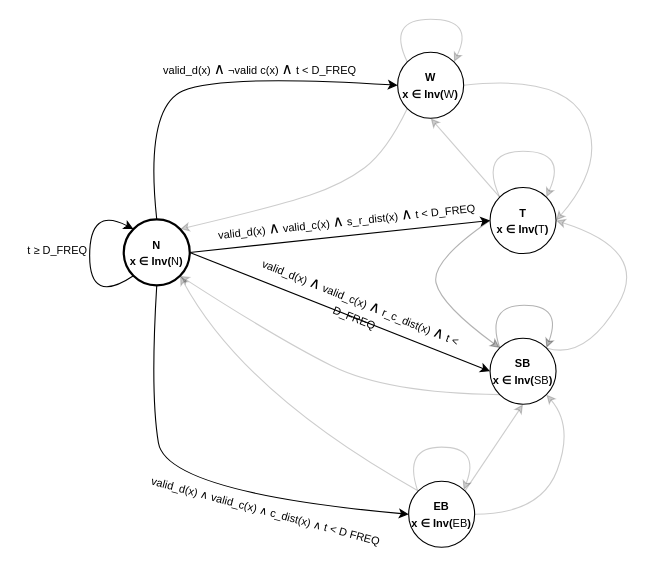
LBacchiani/formal-pedestrian-protection keeps this draw.io diagram as automaton.drawio. Above is the earlier version. Source tidied: cells renumbered, new cells numbered last; positions are measured from the earlier drawing's top-left corner, leaving out a move shared by most shapes. Both pictures are drawn from the tidied source at 110%, with x=0, y=0 at pixel (19, 19).
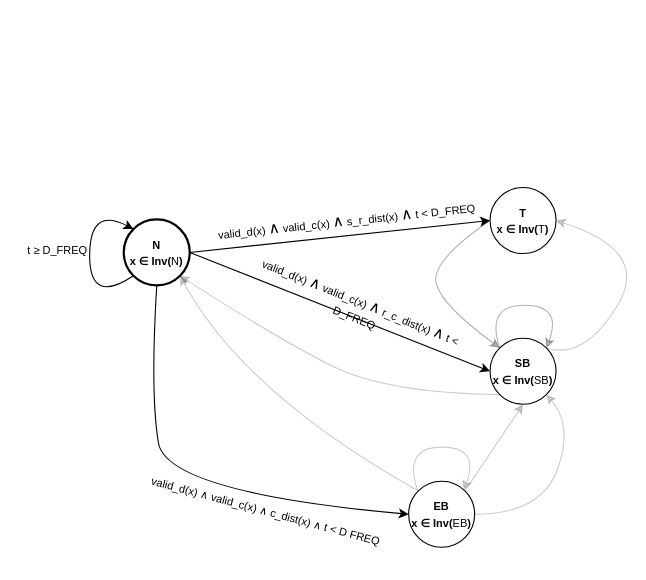
The same page after the edit.

Unchanged cells that the change refers to:
```xml
<mxCell id="5" value="&lt;b&gt;&lt;font style=&quot;font-size: 10px;&quot;&gt;N&lt;/font&gt;&lt;/b&gt;&lt;div&gt;&lt;font style=&quot;font-size: 10px;&quot;&gt;&lt;b style=&quot;&quot;&gt;&lt;font style=&quot;&quot;&gt;x&amp;nbsp;&lt;/font&gt;&lt;/b&gt;&lt;span style=&quot;background-color: transparent;&quot;&gt;&lt;b style=&quot;&quot;&gt;∈ Inv(&lt;/b&gt;N&lt;b style=&quot;&quot;&gt;)&lt;/b&gt;&lt;/span&gt;&lt;/font&gt;&lt;/div&gt;" style="ellipse;whiteSpace=wrap;html=1;strokeWidth=2;" parent="1" vertex="1">
  <mxGeometry x="95" y="182" width="60" height="60" as="geometry" />
</mxCell>
<mxCell id="6" value="&lt;b&gt;&lt;font style=&quot;font-size: 10px;&quot;&gt;T&lt;/font&gt;&lt;/b&gt;&lt;div&gt;&lt;b style=&quot;font-size: 10px;&quot;&gt;x&amp;nbsp;&lt;/b&gt;&lt;span style=&quot;background-color: transparent; font-size: 10px;&quot;&gt;&lt;b&gt;∈ Inv(&lt;/b&gt;T&lt;b&gt;)&lt;/b&gt;&lt;/span&gt;&lt;/div&gt;" style="ellipse;whiteSpace=wrap;html=1;" parent="1" vertex="1">
  <mxGeometry x="428" y="153" width="60" height="60" as="geometry" />
</mxCell>
```

Change to the diagram source:
```diff
@@
-    <mxCell id="3" value="&lt;b&gt;&lt;font style=&quot;font-size: 10px;&quot;&gt;W&lt;/font&gt;&lt;/b&gt;&lt;div&gt;&lt;b style=&quot;font-size: 10px;&quot;&gt;x&amp;nbsp;&lt;/b&gt;&lt;span style=&quot;background-color: transparent; font-size: 10px;&quot;&gt;&lt;b&gt;∈ Inv(&lt;/b&gt;W&lt;b&gt;)&lt;/b&gt;&lt;/span&gt;&lt;/div&gt;" style="ellipse;whiteSpace=wrap;html=1;" parent="1" vertex="1">
-      <mxGeometry x="344" y="30" width="60" height="60" as="geometry" />
-    </mxCell>
@@
-    <mxCell id="7" style="curved=1;endArrow=classic;html=1;rounded=0;exitX=0.5;exitY=0;exitDx=0;exitDy=0;entryX=0;entryY=0.5;entryDx=0;entryDy=0;" parent="1" edge="1" source="5" target="3">
-      <mxGeometry relative="1" as="geometry">
-        <Array as="points">
-          <mxPoint x="114" y="80" />
-          <mxPoint x="184" y="50" />
-        </Array>
-      </mxGeometry>
-    </mxCell>
-    <mxCell id="8" value="&lt;div&gt;&lt;font style=&quot;&quot;&gt;&lt;span style=&quot;font-size: 10px;&quot;&gt;valid_d(x) &lt;/span&gt;&lt;font style=&quot;font-size: 14px;&quot;&gt;∧&lt;/font&gt;&lt;span style=&quot;font-size: 10px;&quot;&gt; ¬valid c(x) &lt;/span&gt;&lt;font style=&quot;font-size: 14px;&quot;&gt;∧&lt;/font&gt;&lt;span style=&quot;font-size: 10px;&quot;&gt;&amp;nbsp;&lt;/span&gt;&lt;span style=&quot;font-size: 10px; background-color: transparent; color: light-dark(rgb(0, 0, 0), rgb(255, 255, 255));&quot;&gt;t &amp;lt; D_FREQ&lt;/span&gt;&lt;/font&gt;&lt;/div&gt;" style="text;html=1;align=center;verticalAlign=middle;whiteSpace=wrap;rounded=0;" parent="1" vertex="1">
-      <mxGeometry x="124" y="30" width="190" height="30" as="geometry" />
-    </mxCell>
@@
-    <mxCell id="15" style="curved=1;endArrow=classic;html=1;rounded=0;exitX=0;exitY=0;exitDx=0;exitDy=0;entryX=1;entryY=0;entryDx=0;entryDy=0;opacity=20;" parent="1" edge="1" source="3" target="3">
-      <mxGeometry relative="1" as="geometry">
-        <Array as="points">
-          <mxPoint x="334" />
-          <mxPoint x="414" />
-        </Array>
-      </mxGeometry>
-    </mxCell>
-    <mxCell id="16" style="curved=1;endArrow=classic;html=1;rounded=0;exitX=0;exitY=0;exitDx=0;exitDy=0;entryX=1;entryY=0;entryDx=0;entryDy=0;opacity=20;" parent="1" edge="1" source="6" target="6">
-      <mxGeometry relative="1" as="geometry">
-        <Array as="points">
-          <mxPoint x="418" y="120" />
-          <mxPoint x="498" y="120" />
-        </Array>
-      </mxGeometry>
-    </mxCell>
@@
-    <mxCell id="22" style="curved=1;endArrow=classic;html=1;rounded=0;exitX=0;exitY=1;exitDx=0;exitDy=0;entryX=1;entryY=0;entryDx=0;entryDy=0;opacity=20;" parent="1" edge="1" source="3" target="5">
-      <mxGeometry relative="1" as="geometry">
-        <Array as="points">
-          <mxPoint x="334" y="120" />
-          <mxPoint x="294" y="150" />
-          <mxPoint x="234" y="170" />
-        </Array>
-      </mxGeometry>
-    </mxCell>
@@
-    <mxCell id="26" style="endArrow=classic;html=1;rounded=0;exitX=0;exitY=0;exitDx=0;exitDy=0;entryX=0.5;entryY=1;entryDx=0;entryDy=0;opacity=20;" parent="1" edge="1" source="6" target="3">
-      <mxGeometry relative="1" as="geometry" />
-    </mxCell>
-    <mxCell id="27" style="curved=1;endArrow=classic;html=1;rounded=0;exitX=1;exitY=0.5;exitDx=0;exitDy=0;entryX=1;entryY=0.5;entryDx=0;entryDy=0;opacity=20;" parent="1" edge="1" source="3" target="6">
-      <mxGeometry relative="1" as="geometry">
-        <Array as="points">
-          <mxPoint x="494" y="50" />
-          <mxPoint x="534" y="130" />
-        </Array>
-      </mxGeometry>
-    </mxCell>
```
